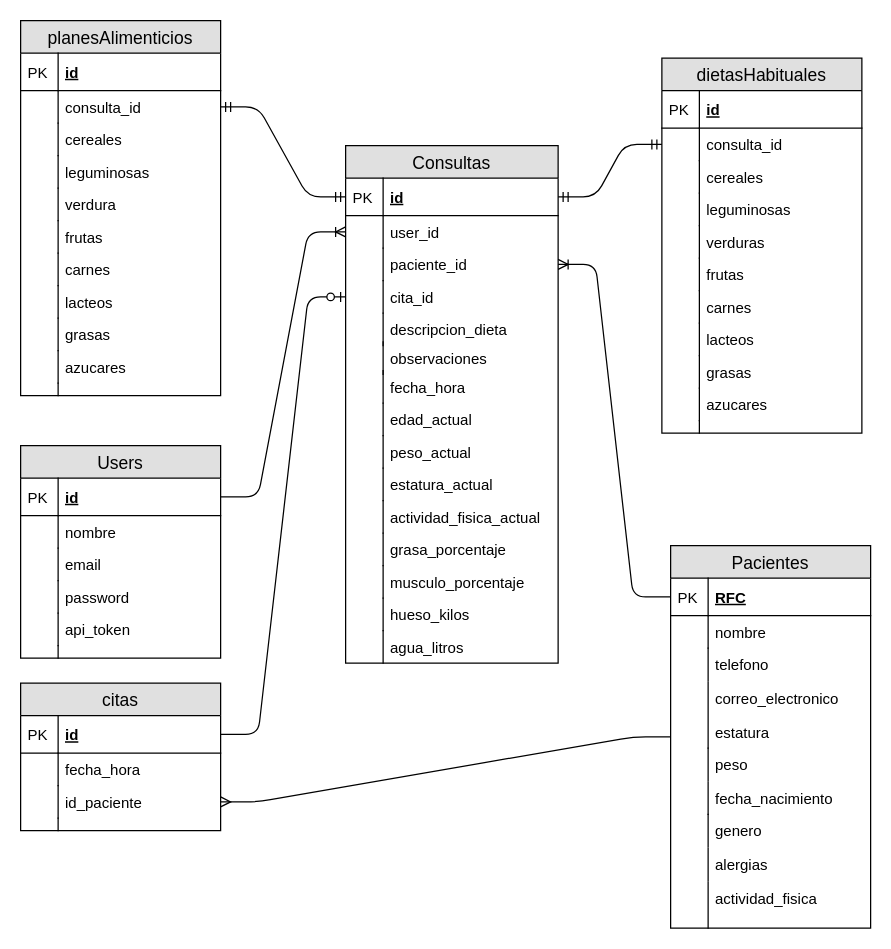
This is baseDeDatosProyecto.drawio from elagabalus01/nutrikit, a draw.io file, before an edit. Source tidied: cells renumbered, new cells numbered last; positions are measured from the earlier drawing's top-left corner, leaving out a move shared by most shapes. Both pictures are drawn from the tidied source at 125%, with x=0, y=0 at pixel (20, 20).
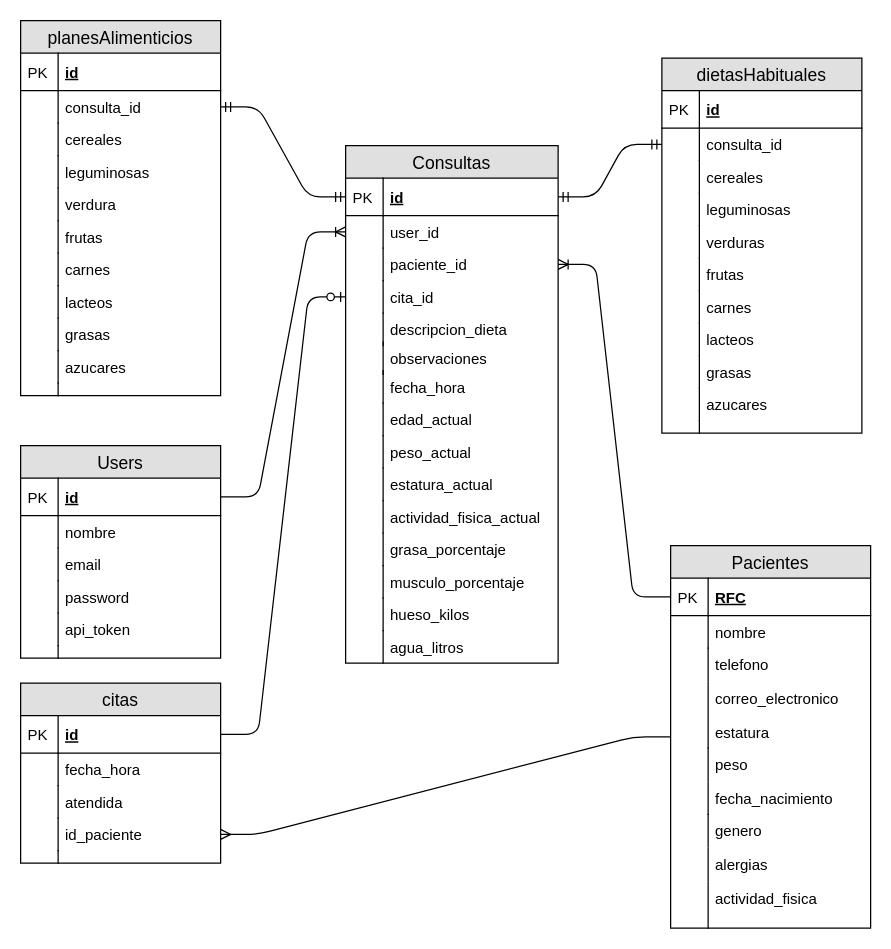
Above is the later version.

Diff of the diagram source:
```diff
@@
     <mxCell id="38" value="citas" style="swimlane;fontStyle=0;horizontal=1;startSize=26;fillColor=#e0e0e0;swimlaneFillColor=#ffffff;align=center;fontSize=14;" parent="1" vertex="1">
-      <mxGeometry y="530" width="160" height="118" as="geometry" />
+      <mxGeometry y="530" width="160" height="144" as="geometry" />
     </mxCell>
@@
+    <mxCell id="130" value="atendida" style="shape=partialRectangle;top=0;left=0;right=0;bottom=0;align=left;verticalAlign=top;fillColor=none;spacingLeft=34;spacingRight=4;overflow=hidden;fontSize=12;" parent="38" vertex="1">
+      <mxGeometry y="82" width="160" height="26" as="geometry" />
+    </mxCell>
+    <mxCell id="131" style="shape=partialRectangle;top=0;left=0;bottom=0;fillColor=none;align=left;verticalAlign=top;spacingLeft=4;spacingRight=4;overflow=hidden;fontSize=12;" parent="130" vertex="1">
+      <mxGeometry width="30" height="26" as="geometry" />
+    </mxCell>
     <mxCell id="43" value="id_paciente" style="shape=partialRectangle;top=0;left=0;right=0;bottom=0;align=left;verticalAlign=top;fillColor=none;spacingLeft=34;spacingRight=4;overflow=hidden;points=[[0,0.5],[1,0.5]];portConstraint=eastwest;fontSize=12;" parent="38" vertex="1">
-      <mxGeometry y="82" width="160" height="26" as="geometry" />
+      <mxGeometry y="108" width="160" height="26" as="geometry" />
     </mxCell>
@@
     <mxCell id="45" style="shape=partialRectangle;top=0;left=0;right=0;bottom=0;align=left;verticalAlign=top;fillColor=none;spacingLeft=34;spacingRight=4;overflow=hidden;fontSize=12;" parent="38" vertex="1">
-      <mxGeometry y="108" width="160" height="10" as="geometry" />
+      <mxGeometry y="134" width="160" height="10" as="geometry" />
     </mxCell>
```
